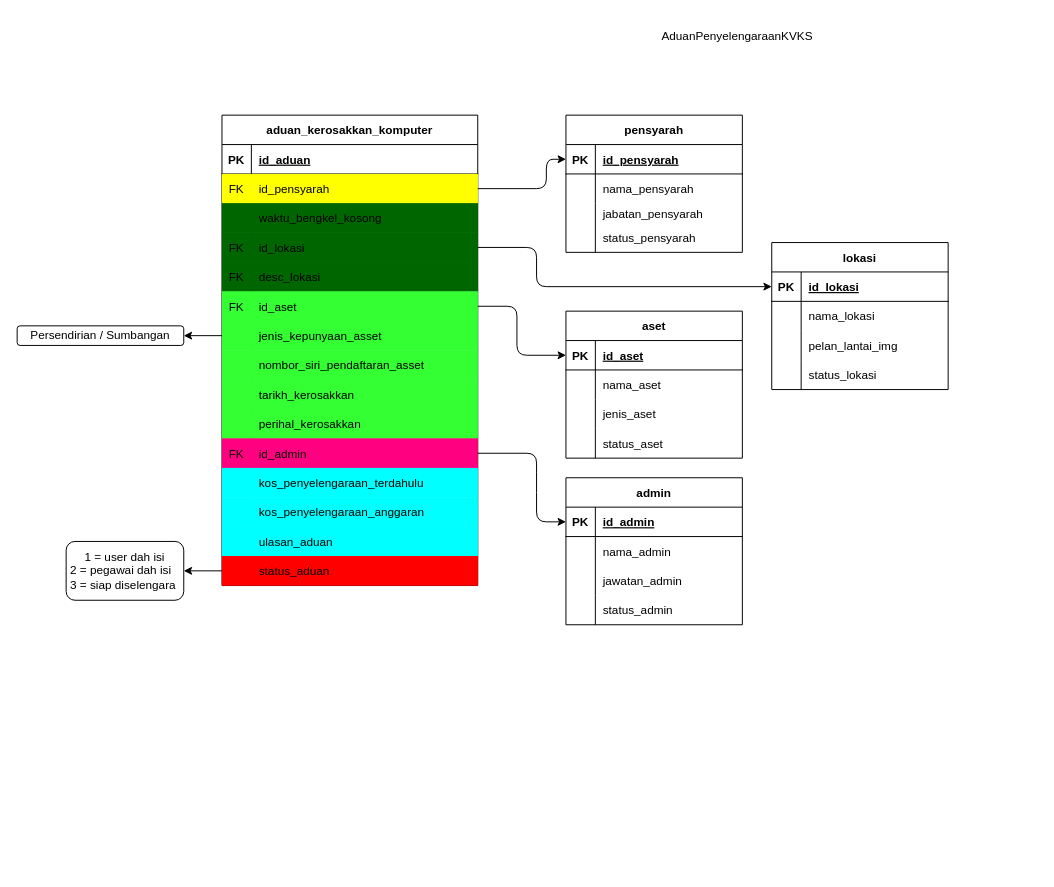
Danialdev01/AduanPenyelengaraanKVKS keeps this draw.io diagram as src/documentation/erd.drawio. Above is the earlier version. Source tidied: cells renumbered, new cells numbered last; positions are measured from the earlier drawing's top-left corner, leaving out a move shared by most shapes. Both pictures are drawn from the tidied source at 98%, with x=0, y=0 at pixel (17, 17).
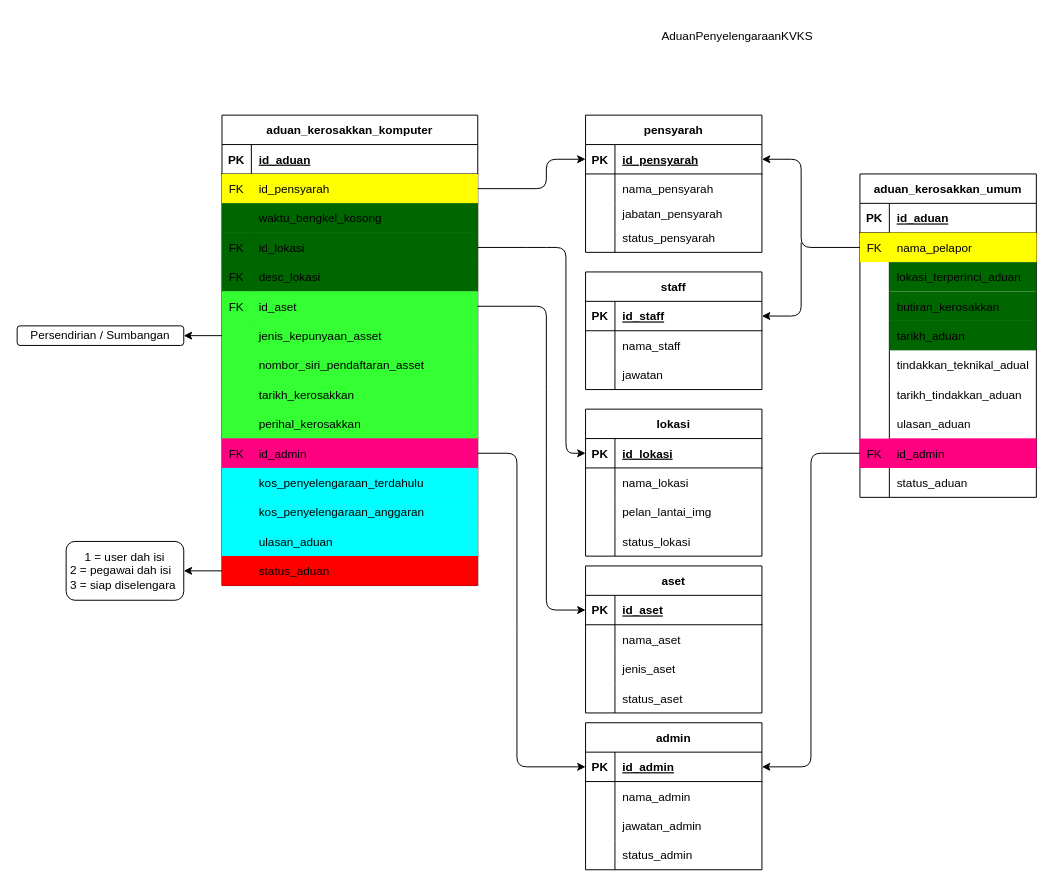
The same page after the edit.

Commit message (it also covers changes not shown here):
aduan umum

The change refers to these unchanged cells:
```xml
<mxCell id="14" style="shape=tableRow;horizontal=0;startSize=0;swimlaneHead=0;swimlaneBody=0;fillColor=#006600;points=[[0,0.5],[1,0.5]];portConstraint=eastwest;top=0;left=0;right=0;bottom=0;" parent="4" vertex="1">
  <mxGeometry y="120" width="261" height="30" as="geometry" />
</mxCell>
<mxCell id="20" style="shape=tableRow;horizontal=0;startSize=0;swimlaneHead=0;swimlaneBody=0;fillColor=#33FF33;points=[[0,0.5],[1,0.5]];portConstraint=eastwest;top=0;left=0;right=0;bottom=0;" parent="4" vertex="1">
  <mxGeometry y="180" width="261" height="30" as="geometry" />
</mxCell>
<mxCell id="35" style="shape=tableRow;horizontal=0;startSize=0;swimlaneHead=0;swimlaneBody=0;fillColor=#FF0080;points=[[0,0.5],[1,0.5]];portConstraint=eastwest;top=0;left=0;right=0;bottom=0;" parent="4" vertex="1">
  <mxGeometry y="330" width="261" height="30" as="geometry" />
</mxCell>
<mxCell id="51" style="shape=tableRow;horizontal=0;startSize=0;swimlaneHead=0;swimlaneBody=0;fillColor=none;points=[[0,0.5],[1,0.5]];portConstraint=eastwest;top=0;left=0;right=0;bottom=1;" parent="50" vertex="1">
  <mxGeometry y="30" width="180" height="30" as="geometry" />
</mxCell>
<mxCell id="65" style="shape=tableRow;horizontal=0;startSize=0;swimlaneHead=0;swimlaneBody=0;fillColor=none;points=[[0,0.5],[1,0.5]];portConstraint=eastwest;top=0;left=0;right=0;bottom=1;" parent="64" vertex="1">
  <mxGeometry y="30" width="180" height="30" as="geometry" />
</mxCell>
<mxCell id="79" style="shape=tableRow;horizontal=0;startSize=0;swimlaneHead=0;swimlaneBody=0;fillColor=none;points=[[0,0.5],[1,0.5]];portConstraint=eastwest;top=0;left=0;right=0;bottom=1;" parent="78" vertex="1">
  <mxGeometry y="30" width="180" height="30" as="geometry" />
</mxCell>
<mxCell id="95" style="shape=tableRow;horizontal=0;startSize=0;swimlaneHead=0;swimlaneBody=0;fillColor=none;points=[[0,0.5],[1,0.5]];portConstraint=eastwest;top=0;left=0;right=0;bottom=1;" parent="94" vertex="1">
  <mxGeometry y="30" width="180" height="30" as="geometry" />
</mxCell>
```

Change to the diagram source:
```diff
@@
     <mxCell id="50" value="pensyarah" style="shape=table;startSize=30;childLayout=tableLayout;rowLines=0;fontStyle=1;align=center;" parent="1" vertex="1">
-      <mxGeometry x="560" y="100" width="180" height="140" as="geometry" />
+      <mxGeometry x="580" y="100" width="180" height="140" as="geometry" />
     </mxCell>
@@
     <mxCell id="64" value="admin" style="shape=table;startSize=30;childLayout=tableLayout;rowLines=0;fontStyle=1;align=center;fillColor=#FFFFFF;" parent="1" vertex="1">
-      <mxGeometry x="560" y="470" width="180" height="150" as="geometry" />
+      <mxGeometry x="580" y="720" width="180" height="150" as="geometry" />
     </mxCell>
@@
     <mxCell id="77" style="edgeStyle=none;html=1;exitX=1;exitY=0.5;exitDx=0;exitDy=0;entryX=0;entryY=0.5;entryDx=0;entryDy=0;" parent="1" edge="1" source="35" target="65">
       <mxGeometry relative="1" as="geometry">
         <Array as="points">
-          <mxPoint x="530" y="445" />
-          <mxPoint x="530" y="475" />
-          <mxPoint x="530" y="515" />
+          <mxPoint x="510" y="445" />
+          <mxPoint x="510" y="615" />
+          <mxPoint x="510" y="765" />
         </Array>
       </mxGeometry>
     </mxCell>
     <mxCell id="78" value="lokasi" style="shape=table;startSize=30;childLayout=tableLayout;rowLines=0;fontStyle=1;align=center;fillColor=#FFFFFF;" parent="1" vertex="1">
-      <mxGeometry x="770" y="230" width="180" height="150" as="geometry" />
+      <mxGeometry x="580" y="400" width="180" height="150" as="geometry" />
     </mxCell>
@@
     <mxCell id="94" value="aset" style="shape=table;startSize=30;childLayout=tableLayout;rowLines=0;fontStyle=1;align=center;fillColor=#FFFFFF;" parent="1" vertex="1">
-      <mxGeometry x="560" y="300" width="180" height="150" as="geometry" />
+      <mxGeometry x="580" y="560" width="180" height="150" as="geometry" />
     </mxCell>
@@
     <mxCell id="107" style="edgeStyle=none;html=1;exitX=1;exitY=0.5;exitDx=0;exitDy=0;entryX=0;entryY=0.5;entryDx=0;entryDy=0;" parent="1" edge="1" source="20" target="95">
       <mxGeometry relative="1" as="geometry">
         <Array as="points">
           <mxPoint x="510" y="295" />
-          <mxPoint x="510" y="345" />
+          <mxPoint x="540" y="295" />
+          <mxPoint x="540" y="370" />
+          <mxPoint x="540" y="455" />
+          <mxPoint x="540" y="605" />
         </Array>
       </mxGeometry>
     </mxCell>
     <mxCell id="108" style="edgeStyle=none;html=1;exitX=1;exitY=0.5;exitDx=0;exitDy=0;entryX=0;entryY=0.5;entryDx=0;entryDy=0;" parent="1" edge="1" source="14" target="79">
       <mxGeometry relative="1" as="geometry">
         <Array as="points">
           <mxPoint x="530" y="235" />
-          <mxPoint x="530" y="275" />
+          <mxPoint x="560" y="235" />
+          <mxPoint x="560" y="295" />
+          <mxPoint x="560" y="445" />
         </Array>
       </mxGeometry>
     </mxCell>
+    <mxCell id="109" value="aduan_kerosakkan_umum" style="shape=table;startSize=30;childLayout=tableLayout;rowLines=0;fontStyle=1;align=center;" parent="1" vertex="1">
+      <mxGeometry x="860" y="160" width="180" height="330" as="geometry" />
+    </mxCell>
+    <mxCell id="110" style="shape=tableRow;horizontal=0;startSize=0;swimlaneHead=0;swimlaneBody=0;fillColor=none;top=0;left=0;right=0;bottom=1;" parent="109" vertex="1">
+      <mxGeometry y="30" width="180" height="30" as="geometry" />
+    </mxCell>
+    <mxCell id="111" value="PK" style="shape=partialRectangle;fillColor=none;top=0;left=0;bottom=0;right=0;fontStyle=1;overflow=hidden;" parent="110" vertex="1">
+      <mxGeometry width="30" height="30" as="geometry" />
+    </mxCell>
+    <mxCell id="112" value="id_aduan" style="shape=partialRectangle;fillColor=none;top=0;left=0;bottom=0;right=0;align=left;spacingLeft=6;fontStyle=5;overflow=hidden;" parent="110" vertex="1">
+      <mxGeometry x="30" width="150" height="30" as="geometry" />
+    </mxCell>
+    <mxCell id="113" style="shape=tableRow;horizontal=0;startSize=0;swimlaneHead=0;swimlaneBody=0;fillColor=#FFFF00;points=[[0,0.5],[1,0.5]];portConstraint=eastwest;top=0;left=0;right=0;bottom=0;" parent="109" vertex="1">
+      <mxGeometry y="60" width="180" height="30" as="geometry" />
+    </mxCell>
+    <mxCell id="114" value="FK" style="shape=partialRectangle;fillColor=none;top=0;left=0;bottom=0;right=0;overflow=hidden;" parent="113" vertex="1">
+      <mxGeometry width="30" height="30" as="geometry" />
+    </mxCell>
+    <mxCell id="115" value="nama_pelapor" style="shape=partialRectangle;fillColor=#FFFF00;top=0;left=0;bottom=0;right=0;align=left;spacingLeft=6;overflow=hidden;" parent="113" vertex="1">
+      <mxGeometry x="30" width="150" height="30" as="geometry" />
+    </mxCell>
+    <mxCell id="116" style="shape=tableRow;horizontal=0;startSize=0;swimlaneHead=0;swimlaneBody=0;fillColor=none;top=0;left=0;right=0;bottom=0;" parent="109" vertex="1">
+      <mxGeometry y="90" width="180" height="30" as="geometry" />
+    </mxCell>
+    <mxCell id="117" style="shape=partialRectangle;fillColor=none;top=0;left=0;bottom=0;right=0;overflow=hidden;" parent="116" vertex="1">
+      <mxGeometry width="30" height="30" as="geometry" />
+    </mxCell>
+    <mxCell id="118" value="lokasi_terperinci_aduan" style="shape=partialRectangle;fillColor=#006600;top=0;left=0;bottom=0;right=0;align=left;spacingLeft=6;overflow=hidden;" parent="116" vertex="1">
+      <mxGeometry x="30" width="150" height="30" as="geometry" />
+    </mxCell>
+    <mxCell id="119" style="shape=tableRow;horizontal=0;startSize=0;swimlaneHead=0;swimlaneBody=0;fillColor=none;top=0;left=0;right=0;bottom=0;" parent="109" vertex="1">
+      <mxGeometry y="120" width="180" height="30" as="geometry" />
+    </mxCell>
+    <mxCell id="120" style="shape=partialRectangle;fillColor=none;top=0;left=0;bottom=0;right=0;overflow=hidden;" parent="119" vertex="1">
+      <mxGeometry width="30" height="30" as="geometry" />
+    </mxCell>
+    <mxCell id="121" value="butiran_kerosakkan" style="shape=partialRectangle;fillColor=#006600;top=0;left=0;bottom=0;right=0;align=left;spacingLeft=6;overflow=hidden;" parent="119" vertex="1">
+      <mxGeometry x="30" width="150" height="30" as="geometry" />
+    </mxCell>
+    <mxCell id="122" style="shape=tableRow;horizontal=0;startSize=0;swimlaneHead=0;swimlaneBody=0;fillColor=none;top=0;left=0;right=0;bottom=0;" parent="109" vertex="1">
+      <mxGeometry y="150" width="180" height="30" as="geometry" />
+    </mxCell>
+    <mxCell id="123" style="shape=partialRectangle;fillColor=none;top=0;left=0;bottom=0;right=0;overflow=hidden;" parent="122" vertex="1">
+      <mxGeometry width="30" height="30" as="geometry" />
+    </mxCell>
+    <mxCell id="124" value="tarikh_aduan" style="shape=partialRectangle;fillColor=#006600;top=0;left=0;bottom=0;right=0;align=left;spacingLeft=6;overflow=hidden;" parent="122" vertex="1">
+      <mxGeometry x="30" width="150" height="30" as="geometry" />
+    </mxCell>
+    <mxCell id="125" style="shape=tableRow;horizontal=0;startSize=0;swimlaneHead=0;swimlaneBody=0;fillColor=none;top=0;left=0;right=0;bottom=0;" parent="109" vertex="1">
+      <mxGeometry y="180" width="180" height="30" as="geometry" />
+    </mxCell>
+    <mxCell id="126" style="shape=partialRectangle;fillColor=none;top=0;left=0;bottom=0;right=0;overflow=hidden;" parent="125" vertex="1">
+      <mxGeometry width="30" height="30" as="geometry" />
+    </mxCell>
+    <mxCell id="127" value="tindakkan_teknikal_adual" style="shape=partialRectangle;fillColor=none;top=0;left=0;bottom=0;right=0;align=left;spacingLeft=6;overflow=hidden;" parent="125" vertex="1">
+      <mxGeometry x="30" width="150" height="30" as="geometry" />
+    </mxCell>
+    <mxCell id="128" style="shape=tableRow;horizontal=0;startSize=0;swimlaneHead=0;swimlaneBody=0;fillColor=none;top=0;left=0;right=0;bottom=0;" parent="109" vertex="1">
+      <mxGeometry y="210" width="180" height="30" as="geometry" />
+    </mxCell>
+    <mxCell id="129" style="shape=partialRectangle;fillColor=none;top=0;left=0;bottom=0;right=0;overflow=hidden;" parent="128" vertex="1">
+      <mxGeometry width="30" height="30" as="geometry" />
+    </mxCell>
+    <mxCell id="130" value="tarikh_tindakkan_aduan" style="shape=partialRectangle;fillColor=none;top=0;left=0;bottom=0;right=0;align=left;spacingLeft=6;overflow=hidden;" parent="128" vertex="1">
+      <mxGeometry x="30" width="150" height="30" as="geometry" />
+    </mxCell>
+    <mxCell id="131" style="shape=tableRow;horizontal=0;startSize=0;swimlaneHead=0;swimlaneBody=0;fillColor=none;top=0;left=0;right=0;bottom=0;" parent="109" vertex="1">
+      <mxGeometry y="240" width="180" height="30" as="geometry" />
+    </mxCell>
+    <mxCell id="132" style="shape=partialRectangle;fillColor=none;top=0;left=0;bottom=0;right=0;overflow=hidden;" parent="131" vertex="1">
+      <mxGeometry width="30" height="30" as="geometry" />
+    </mxCell>
+    <mxCell id="133" value="ulasan_aduan" style="shape=partialRectangle;fillColor=none;top=0;left=0;bottom=0;right=0;align=left;spacingLeft=6;overflow=hidden;" parent="131" vertex="1">
+      <mxGeometry x="30" width="150" height="30" as="geometry" />
+    </mxCell>
+    <mxCell id="134" style="shape=tableRow;horizontal=0;startSize=0;swimlaneHead=0;swimlaneBody=0;fillColor=#FF0080;points=[[0,0.5],[1,0.5]];portConstraint=eastwest;top=0;left=0;right=0;bottom=0;" parent="109" vertex="1">
+      <mxGeometry y="270" width="180" height="30" as="geometry" />
+    </mxCell>
+    <mxCell id="135" value="FK" style="shape=partialRectangle;fillColor=none;top=0;left=0;bottom=0;right=0;overflow=hidden;" parent="134" vertex="1">
+      <mxGeometry width="30" height="30" as="geometry" />
+    </mxCell>
+    <mxCell id="136" value="id_admin" style="shape=partialRectangle;fillColor=#FF0080;top=0;left=0;bottom=0;right=0;align=left;spacingLeft=6;overflow=hidden;" parent="134" vertex="1">
+      <mxGeometry x="30" width="150" height="30" as="geometry" />
+    </mxCell>
+    <mxCell id="137" style="shape=tableRow;horizontal=0;startSize=0;swimlaneHead=0;swimlaneBody=0;fillColor=none;top=0;left=0;right=0;bottom=0;" parent="109" vertex="1">
+      <mxGeometry y="300" width="180" height="30" as="geometry" />
+    </mxCell>
+    <mxCell id="138" style="shape=partialRectangle;fillColor=none;top=0;left=0;bottom=0;right=0;overflow=hidden;" parent="137" vertex="1">
+      <mxGeometry width="30" height="30" as="geometry" />
+    </mxCell>
+    <mxCell id="139" value="status_aduan" style="shape=partialRectangle;fillColor=none;top=0;left=0;bottom=0;right=0;align=left;spacingLeft=6;overflow=hidden;" parent="137" vertex="1">
+      <mxGeometry x="30" width="150" height="30" as="geometry" />
+    </mxCell>
+    <mxCell id="140" value="staff" style="shape=table;startSize=30;childLayout=tableLayout;rowLines=0;fontStyle=1;align=center;fillColor=none;" parent="1" vertex="1">
+      <mxGeometry x="580" y="260" width="180" height="120" as="geometry" />
+    </mxCell>
+    <mxCell id="141" style="shape=tableRow;horizontal=0;startSize=0;swimlaneHead=0;swimlaneBody=0;fillColor=none;points=[[0,0.5],[1,0.5]];portConstraint=eastwest;top=0;left=0;right=0;bottom=1;" parent="140" vertex="1">
+      <mxGeometry y="30" width="180" height="30" as="geometry" />
+    </mxCell>
+    <mxCell id="142" value="PK" style="shape=partialRectangle;fillColor=none;top=0;left=0;bottom=0;right=0;fontStyle=1;overflow=hidden;" parent="141" vertex="1">
+      <mxGeometry width="30" height="30" as="geometry" />
+    </mxCell>
+    <mxCell id="143" value="id_staff" style="shape=partialRectangle;fillColor=none;top=0;left=0;bottom=0;right=0;align=left;spacingLeft=6;fontStyle=5;overflow=hidden;" parent="141" vertex="1">
+      <mxGeometry x="30" width="150" height="30" as="geometry" />
+    </mxCell>
+    <mxCell id="144" style="shape=tableRow;horizontal=0;startSize=0;swimlaneHead=0;swimlaneBody=0;fillColor=none;top=0;left=0;right=0;bottom=0;" parent="140" vertex="1">
+      <mxGeometry y="60" width="180" height="30" as="geometry" />
+    </mxCell>
+    <mxCell id="145" style="shape=partialRectangle;fillColor=none;top=0;left=0;bottom=0;right=0;overflow=hidden;" parent="144" vertex="1">
+      <mxGeometry width="30" height="30" as="geometry" />
+    </mxCell>
+    <mxCell id="146" value="nama_staff" style="shape=partialRectangle;fillColor=none;top=0;left=0;bottom=0;right=0;align=left;spacingLeft=6;overflow=hidden;" parent="144" vertex="1">
+      <mxGeometry x="30" width="150" height="30" as="geometry" />
+    </mxCell>
+    <mxCell id="147" style="shape=tableRow;horizontal=0;startSize=0;swimlaneHead=0;swimlaneBody=0;fillColor=none;top=0;left=0;right=0;bottom=0;" parent="140" vertex="1">
+      <mxGeometry y="90" width="180" height="30" as="geometry" />
+    </mxCell>
+    <mxCell id="148" style="shape=partialRectangle;fillColor=none;top=0;left=0;bottom=0;right=0;overflow=hidden;" parent="147" vertex="1">
+      <mxGeometry width="30" height="30" as="geometry" />
+    </mxCell>
+    <mxCell id="149" value="jawatan" style="shape=partialRectangle;fillColor=none;top=0;left=0;bottom=0;right=0;align=left;spacingLeft=6;overflow=hidden;" parent="147" vertex="1">
+      <mxGeometry x="30" width="150" height="30" as="geometry" />
+    </mxCell>
+    <mxCell id="150" style="edgeStyle=none;html=1;exitX=0;exitY=0.5;exitDx=0;exitDy=0;entryX=1;entryY=0.5;entryDx=0;entryDy=0;" parent="1" edge="1" source="113" target="51">
+      <mxGeometry relative="1" as="geometry">
+        <Array as="points">
+          <mxPoint x="800" y="235" />
+          <mxPoint x="800" y="145" />
+        </Array>
+      </mxGeometry>
+    </mxCell>
+    <mxCell id="151" style="endArrow=classic;html=1;entryX=1;entryY=0.5;entryDx=0;entryDy=0;" parent="1" edge="1" target="141">
+      <mxGeometry relative="1" as="geometry">
+        <mxPoint x="800" y="230" as="sourcePoint" />
+        <Array as="points">
+          <mxPoint x="800" y="305" />
+        </Array>
+      </mxGeometry>
+    </mxCell>
+    <mxCell id="152" style="edgeStyle=none;html=1;exitX=0;exitY=0.5;exitDx=0;exitDy=0;entryX=1;entryY=0.5;entryDx=0;entryDy=0;" parent="1" edge="1" source="134" target="65">
+      <mxGeometry relative="1" as="geometry">
+        <Array as="points">
+          <mxPoint x="810" y="445" />
+          <mxPoint x="810" y="765" />
+        </Array>
+      </mxGeometry>
+    </mxCell>
```
